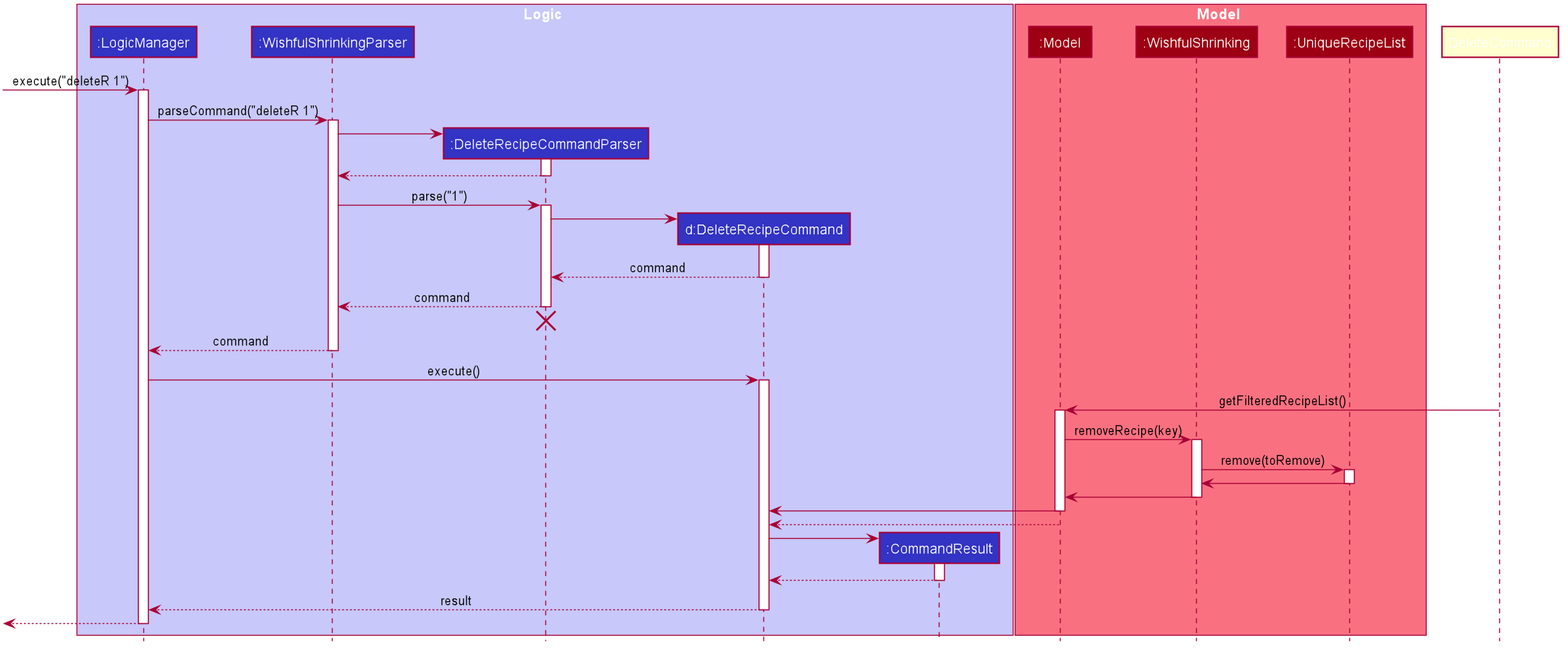
The PlantUML diagram docs/images/DeleteRecipeSequence.png in nus-cs2103-AY2021S1/tp, before a commit.
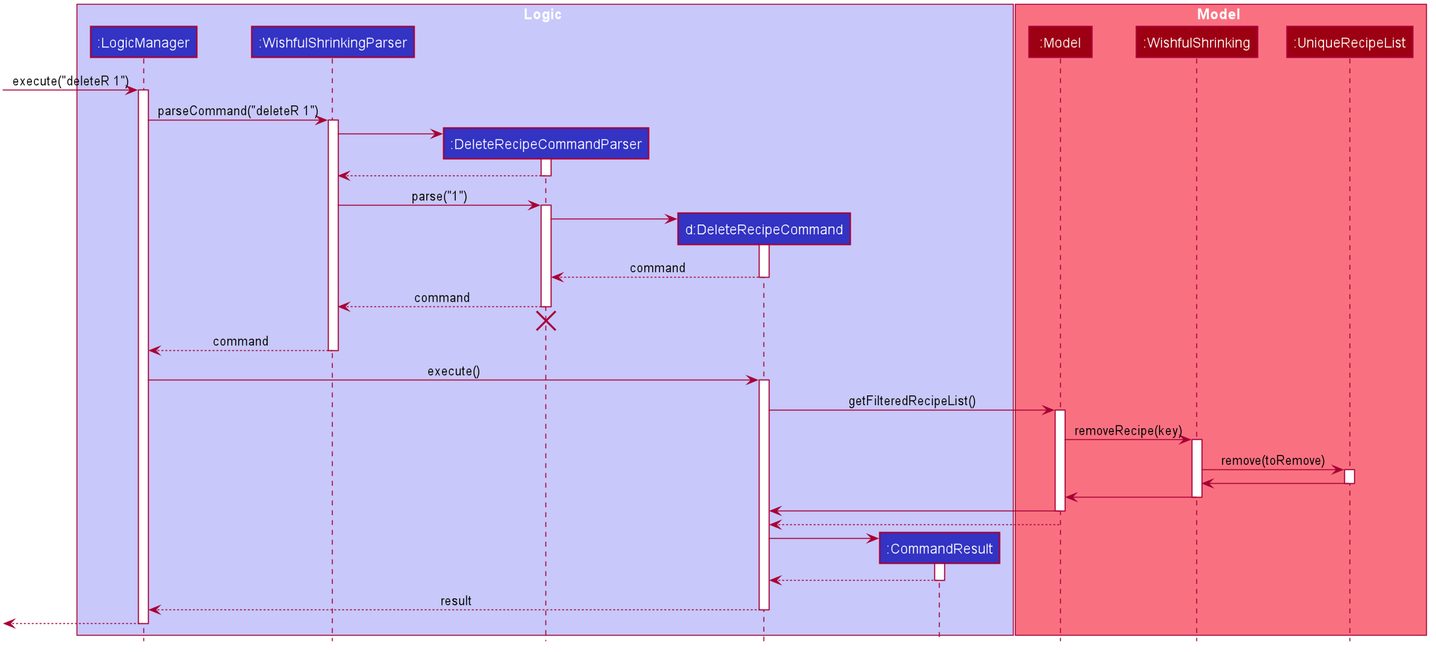
Above is the later version.

Change to the diagram source:
```diff
@@ -96,7 +96,7 @@
 LogicManager -> DeleteRecipeCommand : execute()
 activate DeleteRecipeCommand
 
-DeleteCommand -> Model : getFilteredRecipeList()
+DeleteRecipeCommand -> Model : getFilteredRecipeList()
 activate Model
 
 Model -> WishfulShrinking : removeRecipe(key)
```
